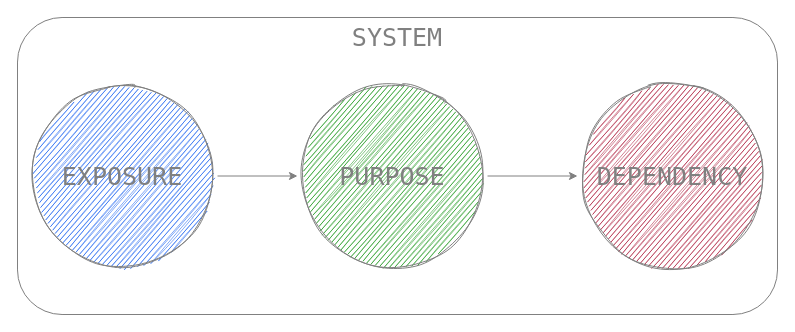
The draw.io diagram page "0.0.2" (1 of 7) of 0. Introduction/Resources/The Theory/The Theory.drawio in hassanhabib/The-Standard, before the edit. Source tidied: cells renumbered, new cells numbered last; positions are measured from the earlier drawing's top-left corner, leaving out a move shared by most shapes. Both pictures are drawn from the tidied source at 100%, with x=0, y=0 at pixel (17, 17).
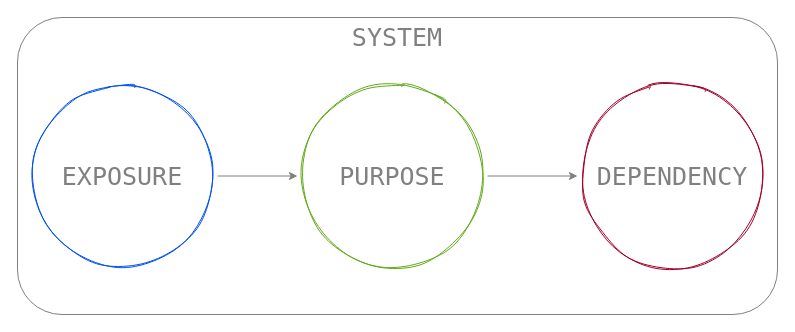
The same diagram, later.

The edit, as a diff of the source:
```diff
@@
 <mxGraphModel>
   <root>
     <mxCell id="0" />
     <mxCell id="1" parent="0" />
     <mxCell id="2" style="rounded=1;whiteSpace=wrap;html=1;fillColor=none;strokeColor=#808080;fontColor=#808080;fontFamily=Lucida Console;fontStyle=0;" parent="1" vertex="1">
       <mxGeometry width="760" height="297" as="geometry" />
     </mxCell>
     <mxCell id="3" style="edgeStyle=orthogonalEdgeStyle;rounded=0;jettySize=auto;html=1;strokeColor=#808080;fontColor=#808080;fontFamily=Lucida Console;fontStyle=0;" parent="1" edge="1" source="4" target="6">
       <mxGeometry relative="1" as="geometry" />
     </mxCell>
-    <mxCell id="4" value="EXPOSURE" style="ellipse;whiteSpace=wrap;html=1;sketch=1;fontFamily=Lucida Console;fontSize=25;fillColor=#0050ef;strokeColor=#808080;fontColor=#808080;fontStyle=0;" parent="1" vertex="1">
+    <mxCell id="4" value="EXPOSURE" style="ellipse;whiteSpace=wrap;html=1;sketch=1;fontFamily=Lucida Console;fontSize=25;fontStyle=0;fillColor=none;strokeColor=#0050EF;fontColor=#808080;" parent="1" vertex="1">
       <mxGeometry x="10" y="63.5" width="190" height="190" as="geometry" />
     </mxCell>
     <mxCell id="5" style="edgeStyle=orthogonalEdgeStyle;rounded=0;jettySize=auto;html=1;strokeColor=#808080;fontColor=#808080;fontFamily=Lucida Console;fontStyle=0;" parent="1" edge="1" source="6" target="7">
       <mxGeometry relative="1" as="geometry" />
     </mxCell>
-    <mxCell id="6" value="PURPOSE" style="ellipse;whiteSpace=wrap;html=1;sketch=1;fontFamily=Lucida Console;fontSize=25;fillColor=#008a00;strokeColor=#808080;fontColor=#808080;fontStyle=0;" parent="1" vertex="1">
+    <mxCell id="6" value="PURPOSE" style="ellipse;whiteSpace=wrap;html=1;sketch=1;fontFamily=Lucida Console;fontSize=25;fontStyle=0;fillColor=none;strokeColor=#60A917;fontColor=#808080;" parent="1" vertex="1">
       <mxGeometry x="280" y="63.5" width="190" height="190" as="geometry" />
     </mxCell>
-    <mxCell id="7" value="DEPENDENCY" style="ellipse;whiteSpace=wrap;html=1;sketch=1;fontFamily=Lucida Console;fontSize=25;fillColor=#a20025;spacing=2;strokeColor=#808080;fontColor=#808080;fontStyle=0;" parent="1" vertex="1">
+    <mxCell id="7" value="DEPENDENCY" style="ellipse;whiteSpace=wrap;html=1;sketch=1;fontFamily=Lucida Console;fontSize=25;spacing=2;fontStyle=0;fillColor=none;strokeColor=#A20025;fontColor=#808080;" parent="1" vertex="1">
       <mxGeometry x="560" y="63.5" width="190" height="190" as="geometry" />
     </mxCell>
     <mxCell id="8" value="SYSTEM" style="text;html=1;fillColor=none;align=center;verticalAlign=middle;whiteSpace=wrap;rounded=0;fontColor=#808080;fontFamily=Lucida Console;fontStyle=0;fontSize=25;" parent="1" vertex="1">
       <mxGeometry x="360" y="10" width="40" height="20" as="geometry" />
     </mxCell>
   </root>
 </mxGraphModel>
```
